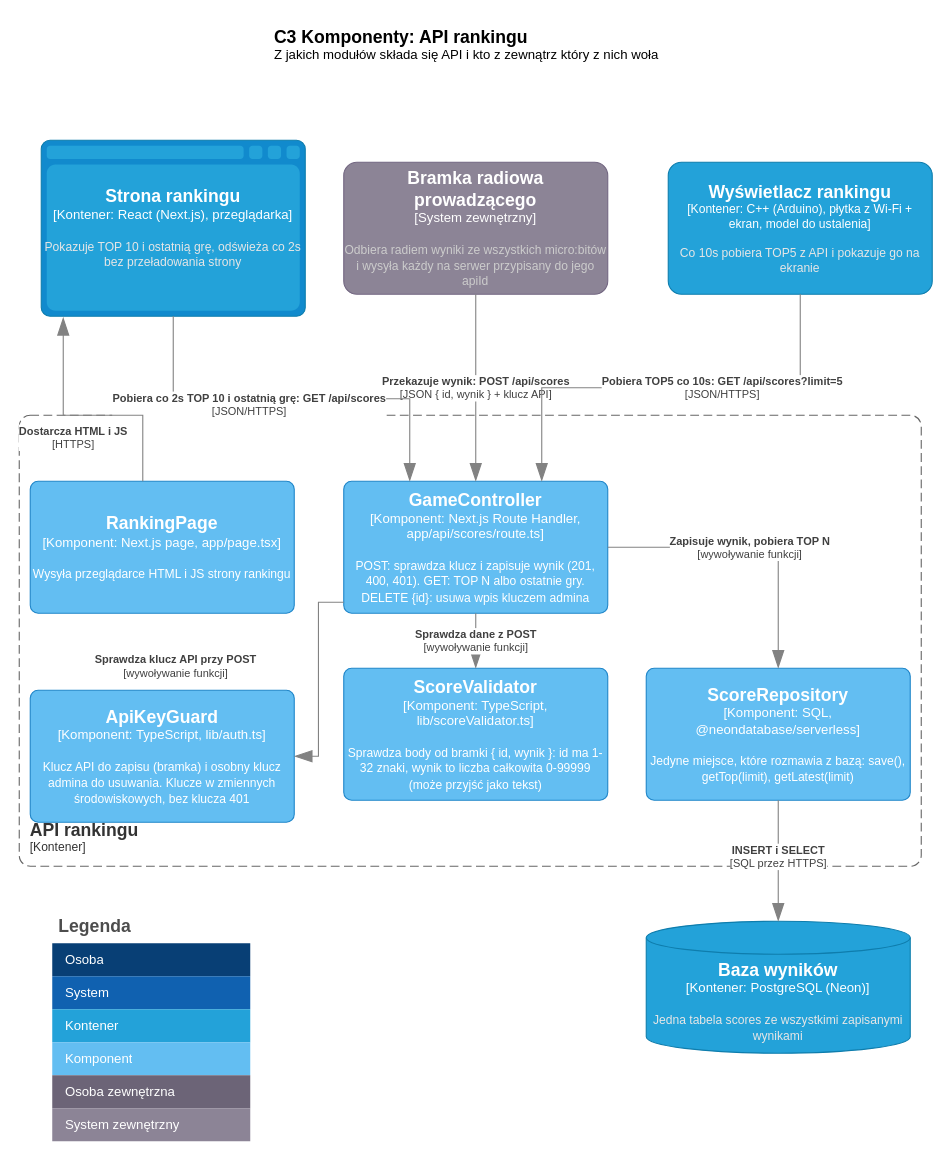
Earlier version of the draw.io diagram page "C3 Komponenty API" (3 of 4) of docs/c4-ranking.drawio (Damikk19/Sem5_JiPP). Source tidied: cells renumbered, new cells numbered last; positions are measured from the earlier drawing's top-left corner, leaving out a move shared by most shapes. Both pictures are drawn from the tidied source at 110%, with x=0, y=0 at pixel (19, 19).
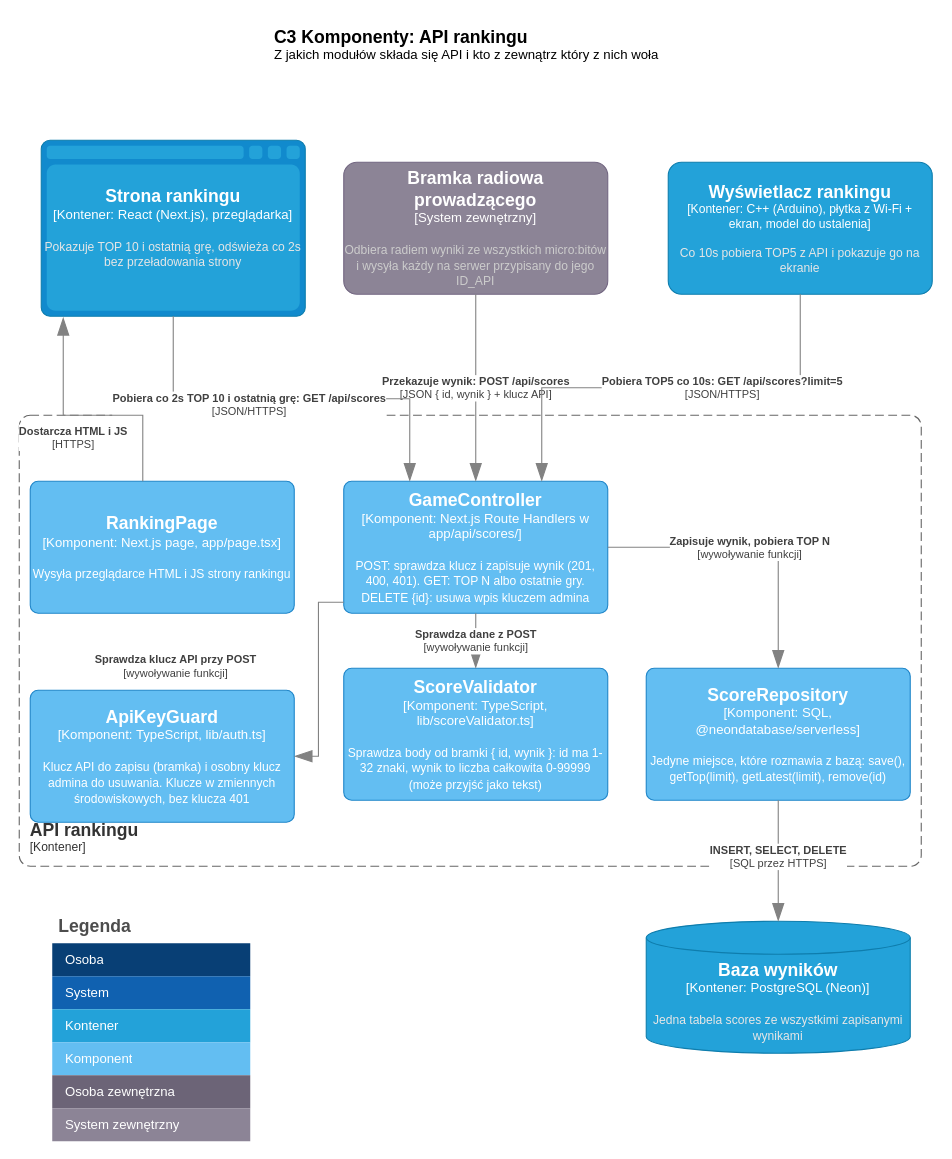
Above is the later version.

The change refers to these unchanged cells:
```xml
<object id="5" label="&lt;font style=&quot;font-size: 16px&quot;&gt;&lt;b&gt;%c4Name%&lt;/b&gt;&lt;/font&gt;&lt;div&gt;[%c4Type%:&amp;nbsp;%c4Technology%]&lt;/div&gt;&lt;br&gt;&lt;div&gt;&lt;font style=&quot;font-size: 11px&quot;&gt;&lt;font color=&quot;#E6E6E6&quot;&gt;%c4Description%&lt;/font&gt;&lt;/div&gt;" c4Description="Jedna tabela scores ze wszystkimi zapisanymi wynikami" c4Name="Baza wyników" c4Technology="PostgreSQL (Neon)" c4Type="Kontener" placeholders="1">
  <mxCell style="shape=cylinder3;size=15;whiteSpace=wrap;html=1;boundedLbl=1;rounded=0;labelBackgroundColor=none;fillColor=#23A2D9;fontSize=12;fontColor=#ffffff;align=center;strokeColor=#0E7DAD;points=[[0.5,0,0],[1,0.25,0],[1,0.5,0],[1,0.75,0],[0.5,1,0],[0,0.75,0],[0,0.5,0],[0,0.25,0]];" parent="1" vertex="1">
    <mxGeometry x="570" y="820" width="240" height="120" as="geometry" />
  </mxCell>
</object>
```

What changed in the source:
```diff
@@
-    <object id="2" label="&lt;font style=&quot;font-size: 16px&quot;&gt;&lt;b&gt;%c4Name%&lt;/b&gt;&lt;/font&gt;&lt;div&gt;[%c4Type%]&lt;/div&gt;&lt;br&gt;&lt;div&gt;&lt;font style=&quot;font-size: 11px&quot;&gt;&lt;font color=&quot;#cccccc&quot;&gt;%c4Description%&lt;/font&gt;&lt;/div&gt;" c4Description="Odbiera radiem wyniki ze wszystkich micro:bitów i wysyła każdy na serwer przypisany do jego apiId" c4Name="Bramka radiowa prowadzącego" c4Type="System zewnętrzny" placeholders="1">
+    <object id="2" label="&lt;font style=&quot;font-size: 16px&quot;&gt;&lt;b&gt;%c4Name%&lt;/b&gt;&lt;/font&gt;&lt;div&gt;[%c4Type%]&lt;/div&gt;&lt;br&gt;&lt;div&gt;&lt;font style=&quot;font-size: 11px&quot;&gt;&lt;font color=&quot;#cccccc&quot;&gt;%c4Description%&lt;/font&gt;&lt;/div&gt;" c4Description="Odbiera radiem wyniki ze wszystkich micro:bitów i wysyła każdy na serwer przypisany do jego ID_API" c4Name="Bramka radiowa prowadzącego" c4Type="System zewnętrzny" placeholders="1">
       <mxCell style="rounded=1;whiteSpace=wrap;html=1;labelBackgroundColor=none;fillColor=#8C8496;fontColor=#ffffff;align=center;arcSize=10;strokeColor=#736782;points=[[0.25,0,0],[0.5,0,0],[0.75,0,0],[1,0.25,0],[1,0.5,0],[1,0.75,0],[0.75,1,0],[0.5,1,0],[0.25,1,0],[0,0.75,0],[0,0.5,0],[0,0.25,0]];" parent="1" vertex="1">
         <mxGeometry x="295" y="130" width="240" height="120" as="geometry" />
       </mxCell>
     </object>
@@
-    <object id="7" label="&lt;font style=&quot;font-size: 16px&quot;&gt;&lt;b&gt;%c4Name%&lt;/b&gt;&lt;/font&gt;&lt;div&gt;[%c4Type%: %c4Technology%]&lt;/div&gt;&lt;br&gt;&lt;div&gt;&lt;font style=&quot;font-size: 11px&quot;&gt;%c4Description%&lt;/font&gt;&lt;/div&gt;" c4Description="POST: sprawdza klucz i zapisuje wynik (201, 400, 401). GET: TOP N albo ostatnie gry. DELETE {id}: usuwa wpis kluczem admina" c4Name="GameController" c4Technology="Next.js Route Handler, app/api/scores/route.ts" c4Type="Komponent" placeholders="1">
+    <object id="7" label="&lt;font style=&quot;font-size: 16px&quot;&gt;&lt;b&gt;%c4Name%&lt;/b&gt;&lt;/font&gt;&lt;div&gt;[%c4Type%: %c4Technology%]&lt;/div&gt;&lt;br&gt;&lt;div&gt;&lt;font style=&quot;font-size: 11px&quot;&gt;%c4Description%&lt;/font&gt;&lt;/div&gt;" c4Description="POST: sprawdza klucz i zapisuje wynik (201, 400, 401). GET: TOP N albo ostatnie gry. DELETE {id}: usuwa wpis kluczem admina" c4Name="GameController" c4Technology="Next.js Route Handlers w app/api/scores/" c4Type="Komponent" placeholders="1">
       <mxCell style="rounded=1;whiteSpace=wrap;html=1;labelBackgroundColor=none;fillColor=#63BEF2;fontColor=#ffffff;align=center;arcSize=6;strokeColor=#2086C9;points=[[0.25,0,0],[0.5,0,0],[0.75,0,0],[1,0.25,0],[1,0.5,0],[1,0.75,0],[0.75,1,0],[0.5,1,0],[0.25,1,0],[0,0.75,0],[0,0.5,0],[0,0.25,0]];" parent="1" vertex="1">
         <mxGeometry x="295" y="420" width="240" height="120" as="geometry" />
       </mxCell>
     </object>
@@
-    <object id="9" label="&lt;font style=&quot;font-size: 16px&quot;&gt;&lt;b&gt;%c4Name%&lt;/b&gt;&lt;/font&gt;&lt;div&gt;[%c4Type%: %c4Technology%]&lt;/div&gt;&lt;br&gt;&lt;div&gt;&lt;font style=&quot;font-size: 11px&quot;&gt;%c4Description%&lt;/font&gt;&lt;/div&gt;" c4Description="Jedyne miejsce, które rozmawia z bazą: save(), getTop(limit), getLatest(limit)" c4Name="ScoreRepository" c4Technology="SQL, @neondatabase/serverless" c4Type="Komponent" placeholders="1">
+    <object id="9" label="&lt;font style=&quot;font-size: 16px&quot;&gt;&lt;b&gt;%c4Name%&lt;/b&gt;&lt;/font&gt;&lt;div&gt;[%c4Type%: %c4Technology%]&lt;/div&gt;&lt;br&gt;&lt;div&gt;&lt;font style=&quot;font-size: 11px&quot;&gt;%c4Description%&lt;/font&gt;&lt;/div&gt;" c4Description="Jedyne miejsce, które rozmawia z bazą: save(), getTop(limit), getLatest(limit), remove(id)" c4Name="ScoreRepository" c4Technology="SQL, @neondatabase/serverless" c4Type="Komponent" placeholders="1">
       <mxCell style="rounded=1;whiteSpace=wrap;html=1;labelBackgroundColor=none;fillColor=#63BEF2;fontColor=#ffffff;align=center;arcSize=6;strokeColor=#2086C9;points=[[0.25,0,0],[0.5,0,0],[0.75,0,0],[1,0.25,0],[1,0.5,0],[1,0.75,0],[0.75,1,0],[0.5,1,0],[0.25,1,0],[0,0.75,0],[0,0.5,0],[0,0.25,0]];" parent="1" vertex="1">
         <mxGeometry x="570" y="590" width="240" height="120" as="geometry" />
       </mxCell>
     </object>
@@
-    <object id="33" label="&lt;div style=&quot;text-align: left&quot;&gt;&lt;div style=&quot;text-align: center&quot;&gt;&lt;b&gt;%c4Description%&lt;/b&gt;&lt;/div&gt;&lt;div style=&quot;text-align: center&quot;&gt;[%c4Technology%]&lt;/div&gt;&lt;/div&gt;" c4Description="INSERT i SELECT" c4Technology="SQL przez HTTPS" placeholders="1">
+    <object id="33" label="&lt;div style=&quot;text-align: left&quot;&gt;&lt;div style=&quot;text-align: center&quot;&gt;&lt;b&gt;%c4Description%&lt;/b&gt;&lt;/div&gt;&lt;div style=&quot;text-align: center&quot;&gt;[%c4Technology%]&lt;/div&gt;&lt;/div&gt;" c4Description="INSERT, SELECT, DELETE" c4Technology="SQL przez HTTPS" placeholders="1">
       <mxCell style="endArrow=blockThin;html=1;fontSize=10;fontColor=#404040;strokeWidth=1;endFill=1;strokeColor=#828282;elbow=vertical;endSize=14;startSize=14;jumpStyle=arc;jumpSize=16;rounded=0;edgeStyle=orthogonalEdgeStyle;defaultLabelBackgroundColor=page;exitX=0.5;exitY=1;exitDx=0;exitDy=0;exitPerimeter=0;" parent="1" edge="1" source="9" target="5">
         <mxGeometry x="-0.08" relative="1" as="geometry" />
       </mxCell>
     </object>
```
